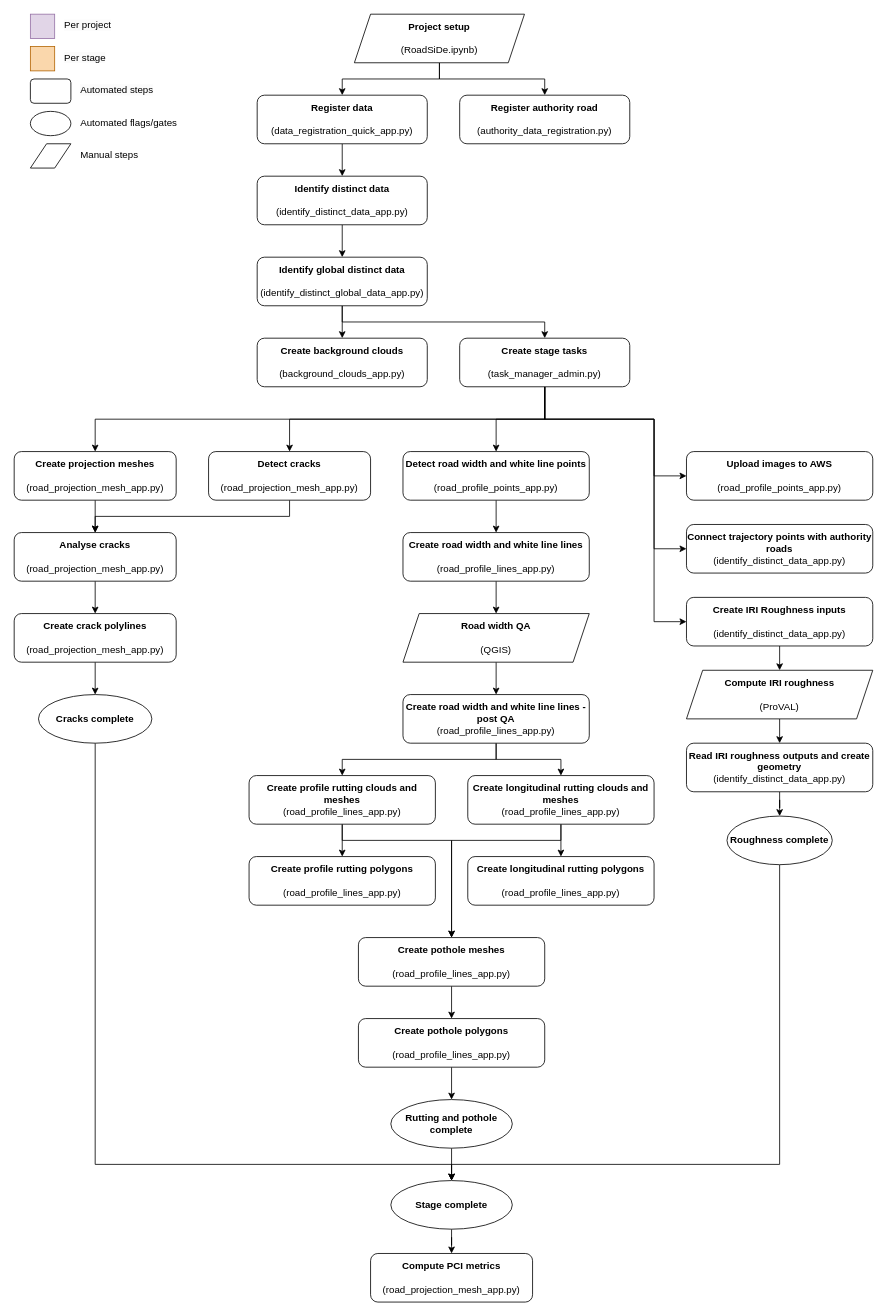
Above: RoadSiDe.drawio in marko-veris/draw.io (draw.io), before the change. Source tidied: cells renumbered, new cells numbered last; positions are measured from the earlier drawing's top-left corner, leaving out a move shared by most shapes. Both pictures are drawn from the tidied source at 81%, with x=0, y=0 at pixel (14, 14).
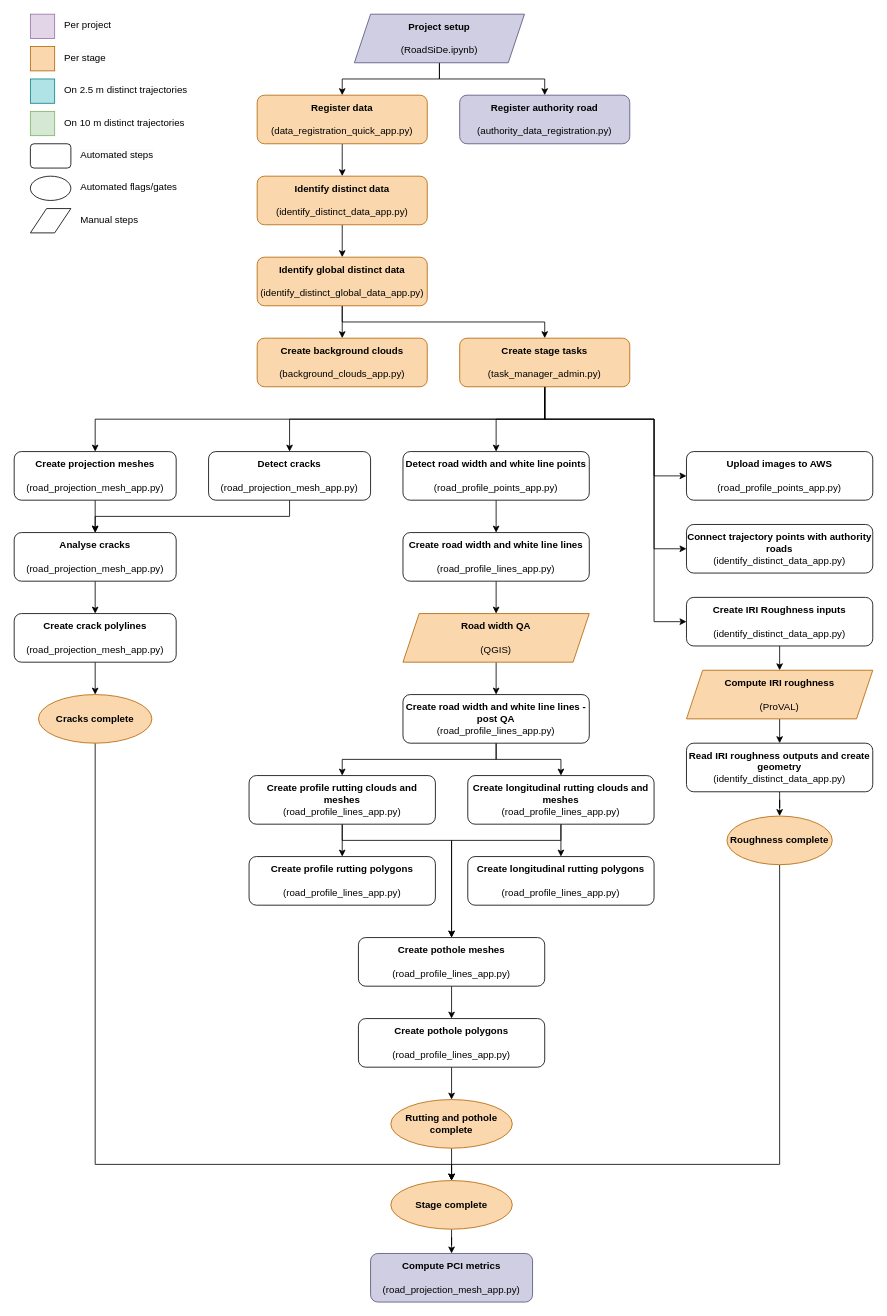
The same page after the edit.

Change to the diagram source:
```diff
@@
-    <mxCell id="3" value="&lt;b&gt;Register data&lt;br&gt;&lt;/b&gt;&lt;br&gt;(data_registration_quick_app.py)" style="rounded=1;whiteSpace=wrap;html=1;" parent="1" vertex="1">
+    <mxCell id="3" value="&lt;b&gt;Register data&lt;br&gt;&lt;/b&gt;&lt;br&gt;(data_registration_quick_app.py)" style="rounded=1;whiteSpace=wrap;html=1;fillColor=#fad7ac;strokeColor=#b46504;" parent="1" vertex="1">
       <mxGeometry x="300" y="100" width="210" height="60" as="geometry" />
     </mxCell>
-    <mxCell id="4" value="&lt;b&gt;Create background clouds&lt;br&gt;&lt;/b&gt;&lt;br&gt;(background_clouds_app.py)" style="rounded=1;whiteSpace=wrap;html=1;" parent="1" vertex="1">
+    <mxCell id="4" value="&lt;b&gt;Create background clouds&lt;br&gt;&lt;/b&gt;&lt;br&gt;(background_clouds_app.py)" style="rounded=1;whiteSpace=wrap;html=1;fillColor=#fad7ac;strokeColor=#b46504;" parent="1" vertex="1">
       <mxGeometry x="300" y="400" width="210" height="60" as="geometry" />
     </mxCell>
@@
-    <mxCell id="12" value="&lt;b&gt;Identify distinct data&lt;br&gt;&lt;/b&gt;&lt;br&gt;(identify_distinct_data_app.py)" style="rounded=1;whiteSpace=wrap;html=1;" parent="1" vertex="1">
+    <mxCell id="12" value="&lt;b&gt;Identify distinct data&lt;br&gt;&lt;/b&gt;&lt;br&gt;(identify_distinct_data_app.py)" style="rounded=1;whiteSpace=wrap;html=1;fillColor=#fad7ac;strokeColor=#b46504;" parent="1" vertex="1">
       <mxGeometry x="300" y="200" width="210" height="60" as="geometry" />
     </mxCell>
-    <mxCell id="13" value="&lt;b&gt;Register authority road&lt;br&gt;&lt;/b&gt;&lt;br&gt;(authority_data_registration.py)" style="rounded=1;whiteSpace=wrap;html=1;" parent="1" vertex="1">
+    <mxCell id="13" value="&lt;b&gt;Register authority road&lt;br&gt;&lt;/b&gt;&lt;br&gt;(authority_data_registration.py)" style="rounded=1;whiteSpace=wrap;html=1;fillColor=#d0cee2;strokeColor=#56517e;" parent="1" vertex="1">
       <mxGeometry x="550" y="100" width="210" height="60" as="geometry" />
     </mxCell>
@@
-    <mxCell id="16" value="&lt;b&gt;Identify global distinct data&lt;br&gt;&lt;/b&gt;&lt;br&gt;(identify_distinct_global_data_app.py)" style="rounded=1;whiteSpace=wrap;html=1;" parent="1" vertex="1">
+    <mxCell id="16" value="&lt;b&gt;Identify global distinct data&lt;br&gt;&lt;/b&gt;&lt;br&gt;(identify_distinct_global_data_app.py)" style="rounded=1;whiteSpace=wrap;html=1;fillColor=#fad7ac;strokeColor=#b46504;" parent="1" vertex="1">
       <mxGeometry x="300" y="300" width="210" height="60" as="geometry" />
     </mxCell>
@@
-    <mxCell id="23" value="&lt;b&gt;Create stage tasks&lt;br&gt;&lt;/b&gt;&lt;br&gt;(task_manager_admin.py)" style="rounded=1;whiteSpace=wrap;html=1;" parent="1" vertex="1">
+    <mxCell id="23" value="&lt;b&gt;Create stage tasks&lt;br&gt;&lt;/b&gt;&lt;br&gt;(task_manager_admin.py)" style="rounded=1;whiteSpace=wrap;html=1;fillColor=#fad7ac;strokeColor=#b46504;" parent="1" vertex="1">
       <mxGeometry x="550" y="400" width="210" height="60" as="geometry" />
     </mxCell>
@@
-    <mxCell id="47" value="&lt;b&gt;Cracks complete&lt;/b&gt;" style="ellipse;whiteSpace=wrap;html=1;" parent="1" vertex="1">
+    <mxCell id="47" value="&lt;b&gt;Cracks complete&lt;/b&gt;" style="ellipse;whiteSpace=wrap;html=1;fillColor=#fad7ac;strokeColor=#b46504;" parent="1" vertex="1">
       <mxGeometry x="30" y="840" width="140" height="60" as="geometry" />
     </mxCell>
     <mxCell id="48" style="rounded=1;whiteSpace=wrap;html=1;" parent="1" vertex="1">
-      <mxGeometry x="20" y="80" width="50" height="30" as="geometry" />
+      <mxGeometry x="20" y="160" width="50" height="30" as="geometry" />
     </mxCell>
@@
     <mxCell id="53" style="ellipse;whiteSpace=wrap;html=1;" parent="1" vertex="1">
-      <mxGeometry x="20" y="120" width="50" height="30" as="geometry" />
+      <mxGeometry x="20" y="200" width="50" height="30" as="geometry" />
     </mxCell>
     <mxCell id="54" value="&lt;span style=&quot;color: rgb(0, 0, 0); font-family: Helvetica; font-size: 12px; font-style: normal; font-variant-ligatures: normal; font-variant-caps: normal; font-weight: 400; letter-spacing: normal; orphans: 2; text-align: center; text-indent: 0px; text-transform: none; widows: 2; word-spacing: 0px; -webkit-text-stroke-width: 0px; white-space: normal; background-color: rgb(251, 251, 251); text-decoration-thickness: initial; text-decoration-style: initial; text-decoration-color: initial; float: none; display: inline !important;&quot;&gt;Automated steps&lt;/span&gt;" style="text;whiteSpace=wrap;html=1;" parent="1" vertex="1">
-      <mxGeometry x="80" y="80" width="130" height="30" as="geometry" />
+      <mxGeometry x="80" y="160" width="130" height="30" as="geometry" />
     </mxCell>
     <mxCell id="55" value="Automated flags/gates" style="text;whiteSpace=wrap;html=1;" parent="1" vertex="1">
-      <mxGeometry x="80" y="120" width="130" height="30" as="geometry" />
+      <mxGeometry x="80" y="200" width="130" height="30" as="geometry" />
     </mxCell>
@@
-    <mxCell id="57" value="&lt;b&gt;Rutting and pothole complete&lt;/b&gt;" style="ellipse;whiteSpace=wrap;html=1;" parent="1" vertex="1">
+    <mxCell id="57" value="&lt;b&gt;Rutting and pothole complete&lt;/b&gt;" style="ellipse;whiteSpace=wrap;html=1;fillColor=#fad7ac;strokeColor=#b46504;" parent="1" vertex="1">
       <mxGeometry x="465" y="1340" width="150" height="60" as="geometry" />
     </mxCell>
@@
     <mxCell id="61" style="shape=parallelogram;perimeter=parallelogramPerimeter;whiteSpace=wrap;html=1;fixedSize=1;" parent="1" vertex="1">
-      <mxGeometry x="20" y="160" width="50" height="30" as="geometry" />
+      <mxGeometry x="20" y="240" width="50" height="30" as="geometry" />
     </mxCell>
     <mxCell id="62" value="Manual steps" style="text;whiteSpace=wrap;html=1;" parent="1" vertex="1">
-      <mxGeometry x="80" y="160" width="130" height="30" as="geometry" />
+      <mxGeometry x="80" y="240" width="130" height="30" as="geometry" />
     </mxCell>
@@
-    <mxCell id="64" value="&lt;b&gt;Road width QA&lt;/b&gt;&lt;br&gt;&lt;br&gt;(QGIS)" style="shape=parallelogram;perimeter=parallelogramPerimeter;whiteSpace=wrap;html=1;fixedSize=1;" parent="1" vertex="1">
+    <mxCell id="64" value="&lt;b&gt;Road width QA&lt;/b&gt;&lt;br&gt;&lt;br&gt;(QGIS)" style="shape=parallelogram;perimeter=parallelogramPerimeter;whiteSpace=wrap;html=1;fixedSize=1;fillColor=#fad7ac;strokeColor=#b46504;" parent="1" vertex="1">
       <mxGeometry x="480" y="740" width="230" height="60" as="geometry" />
     </mxCell>
@@
-    <mxCell id="66" value="&lt;b&gt;Compute IRI roughness&lt;br&gt;&lt;/b&gt;&lt;br&gt;(ProVAL)" style="shape=parallelogram;perimeter=parallelogramPerimeter;whiteSpace=wrap;html=1;fixedSize=1;" parent="1" vertex="1">
+    <mxCell id="66" value="&lt;b&gt;Compute IRI roughness&lt;br&gt;&lt;/b&gt;&lt;br&gt;(ProVAL)" style="shape=parallelogram;perimeter=parallelogramPerimeter;whiteSpace=wrap;html=1;fixedSize=1;fillColor=#fad7ac;strokeColor=#b46504;" parent="1" vertex="1">
       <mxGeometry x="830" y="810" width="230" height="60" as="geometry" />
     </mxCell>
@@
-    <mxCell id="70" value="&lt;b&gt;Roughness complete&lt;/b&gt;" style="ellipse;whiteSpace=wrap;html=1;" parent="1" vertex="1">
+    <mxCell id="70" value="&lt;b&gt;Roughness complete&lt;/b&gt;" style="ellipse;whiteSpace=wrap;html=1;fillColor=#fad7ac;strokeColor=#b46504;" parent="1" vertex="1">
       <mxGeometry x="880" y="990" width="130" height="60" as="geometry" />
     </mxCell>
@@
-    <mxCell id="72" value="&lt;b&gt;Stage complete&lt;/b&gt;" style="ellipse;whiteSpace=wrap;html=1;" parent="1" vertex="1">
+    <mxCell id="72" value="&lt;b&gt;Stage complete&lt;/b&gt;" style="ellipse;whiteSpace=wrap;html=1;fillColor=#fad7ac;strokeColor=#b46504;" parent="1" vertex="1">
       <mxGeometry x="465" y="1440" width="150" height="60" as="geometry" />
     </mxCell>
-    <mxCell id="73" value="&lt;b&gt;Compute PCI metrics&lt;br&gt;&lt;/b&gt;&lt;br&gt;(road_projection_mesh_app.py)" style="rounded=1;whiteSpace=wrap;html=1;" parent="1" vertex="1">
+    <mxCell id="73" value="&lt;b&gt;Compute PCI metrics&lt;br&gt;&lt;/b&gt;&lt;br&gt;(road_projection_mesh_app.py)" style="rounded=1;whiteSpace=wrap;html=1;fillColor=#d0cee2;strokeColor=#56517e;" parent="1" vertex="1">
       <mxGeometry x="440" y="1530" width="200" height="60" as="geometry" />
     </mxCell>
@@
-    <mxCell id="76" value="&lt;b&gt;Project setup&lt;/b&gt;&lt;br&gt;&lt;br&gt;(RoadSiDe.ipynb)" style="shape=parallelogram;perimeter=parallelogramPerimeter;whiteSpace=wrap;html=1;fixedSize=1;" parent="1" vertex="1">
+    <mxCell id="76" value="&lt;b&gt;Project setup&lt;/b&gt;&lt;br&gt;&lt;br&gt;(RoadSiDe.ipynb)" style="shape=parallelogram;perimeter=parallelogramPerimeter;whiteSpace=wrap;html=1;fixedSize=1;fillColor=#d0cee2;strokeColor=#56517e;" parent="1" vertex="1">
       <mxGeometry x="420" width="210" height="60" as="geometry" />
     </mxCell>
+    <mxCell id="77" value="&lt;div style=&quot;text-align: center;&quot;&gt;On 2.5 m distinct trajectories&lt;/div&gt;" style="text;whiteSpace=wrap;html=1;" parent="1" vertex="1">
+      <mxGeometry x="60" y="80" width="170" height="30" as="geometry" />
+    </mxCell>
+    <mxCell id="78" style="rounded=0;whiteSpace=wrap;html=1;fillColor=#b0e3e6;strokeColor=#0e8088;" parent="1" vertex="1">
+      <mxGeometry x="20" y="80" width="30" height="30" as="geometry" />
+    </mxCell>
+    <mxCell id="79" value="&lt;span style=&quot;text-align: center;&quot;&gt;On 10 m distinct trajectories&lt;/span&gt;" style="text;whiteSpace=wrap;html=1;" parent="1" vertex="1">
+      <mxGeometry x="60" y="120" width="160" height="30" as="geometry" />
+    </mxCell>
+    <mxCell id="80" style="rounded=0;whiteSpace=wrap;html=1;fillColor=#d5e8d4;strokeColor=#82b366;" parent="1" vertex="1">
+      <mxGeometry x="20" y="120" width="30" height="30" as="geometry" />
+    </mxCell>
```
